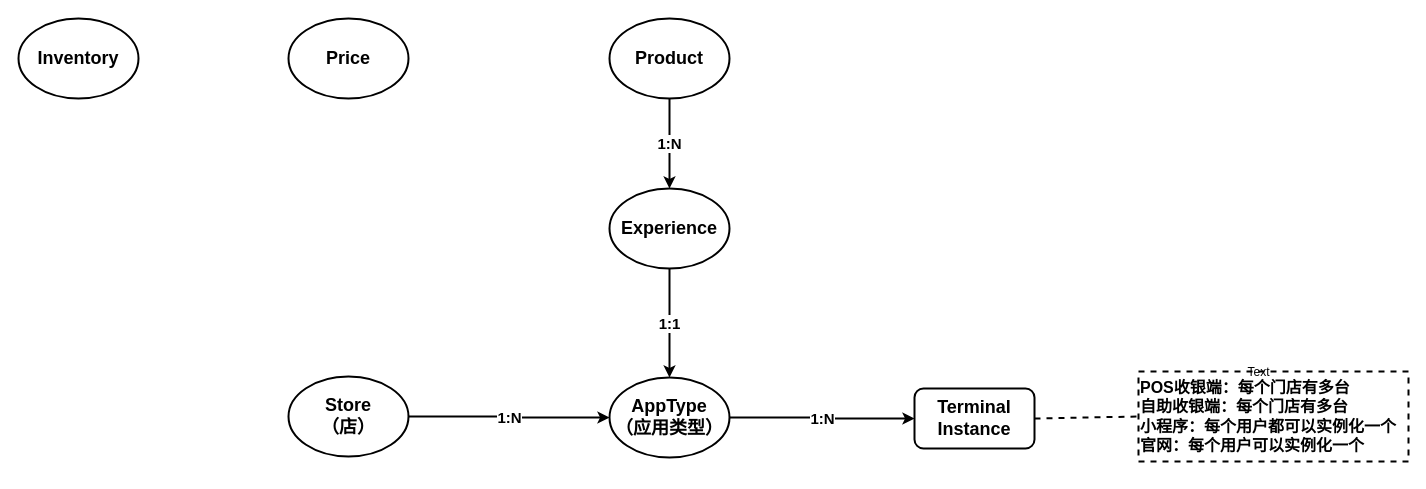
Earlier version of the draw.io diagram page "omo-commdity-design" (14 of 15) of authz/Omini-Store.drawio (jackie-thank/beego-authz). Source tidied: cells renumbered, new cells numbered last; positions are measured from the earlier drawing's top-left corner, leaving out a move shared by most shapes. Both pictures are drawn from the tidied source at 100%, with x=0, y=0 at pixel (18, 18).
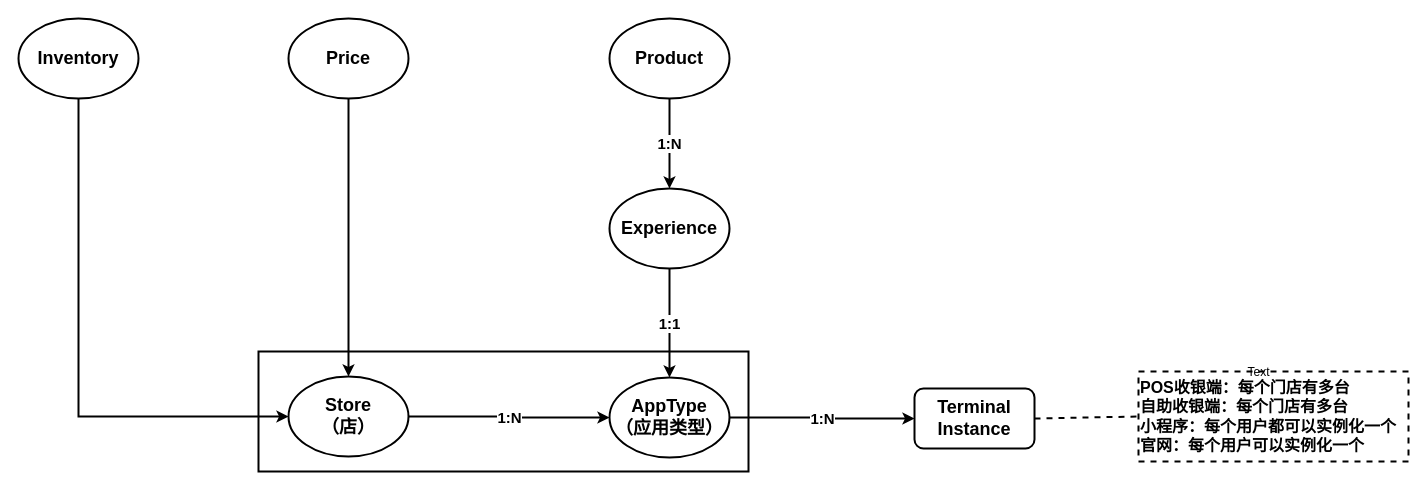
The same diagram, later.

The edit, as a diff of the source:
```diff
@@
 <mxGraphModel>
   <root>
     <mxCell id="0" />
     <mxCell id="1" parent="0" />
+    <mxCell id="16" style="rounded=0;whiteSpace=wrap;html=1;strokeWidth=2;" parent="1" vertex="1">
+      <mxGeometry x="240" y="333" width="490" height="120" as="geometry" />
+    </mxCell>
     <mxCell id="2" value="1:N" style="edgeStyle=orthogonalEdgeStyle;rounded=0;jettySize=auto;html=1;exitX=1;exitY=0.5;exitDx=0;exitDy=0;strokeWidth=2;fontSize=15;fontStyle=1;" parent="1" edge="1" source="3" target="5">
       <mxGeometry relative="1" as="geometry" />
     </mxCell>
     <mxCell id="3" value="&lt;div style=&quot;font-size: 18px;&quot;&gt;Store&lt;/div&gt;&lt;div style=&quot;font-size: 18px;&quot;&gt;（店）&lt;br style=&quot;font-size: 18px;&quot;&gt;&lt;/div&gt;" style="ellipse;whiteSpace=wrap;html=1;strokeWidth=2;fontSize=18;fontStyle=1;" parent="1" vertex="1">
       <mxGeometry x="270" y="358" width="120" height="80" as="geometry" />
     </mxCell>
     <mxCell id="4" value="1:N" style="edgeStyle=orthogonalEdgeStyle;rounded=0;jettySize=auto;html=1;strokeWidth=2;fontSize=15;fontStyle=1;" parent="1" edge="1" source="5" target="11">
       <mxGeometry relative="1" as="geometry" />
     </mxCell>
     <mxCell id="5" value="&lt;div style=&quot;font-size: 18px;&quot;&gt;AppType&lt;/div&gt;&lt;div style=&quot;font-size: 18px;&quot;&gt;（应用类型）&lt;br style=&quot;font-size: 18px;&quot;&gt;&lt;/div&gt;" style="ellipse;whiteSpace=wrap;html=1;strokeWidth=2;fontSize=18;fontStyle=1;" parent="1" vertex="1">
       <mxGeometry x="591" y="359" width="120" height="80" as="geometry" />
     </mxCell>
     <mxCell id="6" value="1:N" style="edgeStyle=orthogonalEdgeStyle;rounded=0;jettySize=auto;html=1;exitX=0.5;exitY=1;exitDx=0;exitDy=0;fontSize=15;fontStyle=1;strokeWidth=2;" parent="1" edge="1" source="7" target="9">
       <mxGeometry relative="1" as="geometry" />
     </mxCell>
     <mxCell id="7" value="Product" style="ellipse;whiteSpace=wrap;html=1;strokeWidth=2;fontSize=18;fontStyle=1;" parent="1" vertex="1">
       <mxGeometry x="591" width="120" height="80" as="geometry" />
     </mxCell>
     <mxCell id="8" value="1:1" style="rounded=0;jettySize=auto;html=1;exitX=0.5;exitY=1;exitDx=0;exitDy=0;entryX=0.5;entryY=0;entryDx=0;entryDy=0;strokeWidth=2;fontSize=15;fontStyle=1;edgeStyle=orthogonalEdgeStyle;" parent="1" edge="1" source="9" target="5">
       <mxGeometry relative="1" as="geometry" />
     </mxCell>
     <mxCell id="9" value="Experience" style="ellipse;whiteSpace=wrap;html=1;strokeWidth=2;fontSize=18;fontStyle=1;" parent="1" vertex="1">
       <mxGeometry x="591" y="170" width="120" height="80" as="geometry" />
     </mxCell>
     <mxCell id="10" style="rounded=0;jettySize=auto;html=1;exitX=1;exitY=0.5;exitDx=0;exitDy=0;entryX=0;entryY=0.5;entryDx=0;entryDy=0;endArrow=none;endFill=0;strokeWidth=2;dashed=1;" parent="1" edge="1" source="11" target="12">
       <mxGeometry relative="1" as="geometry" />
     </mxCell>
     <mxCell id="11" value="&lt;div&gt;Terminal&lt;/div&gt;&lt;div&gt;Instance&lt;br&gt;&lt;/div&gt;" style="rounded=1;whiteSpace=wrap;html=1;fontSize=18;strokeWidth=2;fontStyle=1;" parent="1" vertex="1">
       <mxGeometry x="896" y="370" width="120" height="60" as="geometry" />
     </mxCell>
     <mxCell id="12" value="&lt;div style=&quot;font-size: 16px;&quot;&gt;POS收银端：每个门店有多台&lt;/div&gt;&lt;div style=&quot;font-size: 16px;&quot;&gt;自助收银端：每个门店有多台&lt;/div&gt;&lt;div style=&quot;font-size: 16px;&quot;&gt;小程序：每个用户都可以实例化一个&lt;/div&gt;&lt;div style=&quot;font-size: 16px;&quot;&gt;官网：每个用户可以实例化一个&lt;br style=&quot;font-size: 16px;&quot;&gt;&lt;/div&gt;" style="rounded=0;whiteSpace=wrap;html=1;strokeWidth=2;dashed=1;fontSize=16;fontStyle=1;align=left;" parent="1" vertex="1">
       <mxGeometry x="1120" y="353" width="270" height="90" as="geometry" />
     </mxCell>
+    <mxCell id="17" style="edgeStyle=orthogonalEdgeStyle;rounded=0;jettySize=auto;html=1;exitX=0.5;exitY=1;exitDx=0;exitDy=0;strokeWidth=2;" parent="1" edge="1" source="13" target="3">
+      <mxGeometry relative="1" as="geometry" />
+    </mxCell>
     <mxCell id="13" value="Price" style="ellipse;whiteSpace=wrap;html=1;strokeWidth=2;fontSize=18;fontStyle=1;" parent="1" vertex="1">
       <mxGeometry x="270" width="120" height="80" as="geometry" />
     </mxCell>
+    <mxCell id="18" style="edgeStyle=orthogonalEdgeStyle;rounded=0;jettySize=auto;html=1;exitX=0.5;exitY=1;exitDx=0;exitDy=0;entryX=0;entryY=0.5;entryDx=0;entryDy=0;strokeWidth=2;" parent="1" edge="1" source="14" target="3">
+      <mxGeometry relative="1" as="geometry" />
+    </mxCell>
     <mxCell id="14" value="Inventory" style="ellipse;whiteSpace=wrap;html=1;strokeWidth=2;fontSize=18;fontStyle=1;" parent="1" vertex="1">
       <mxGeometry width="120" height="80" as="geometry" />
     </mxCell>
     <mxCell id="15" value="Text" style="text;html=1;align=center;verticalAlign=middle;strokeColor=none;fillColor=none;" parent="1" vertex="1">
       <mxGeometry x="1215" y="339" width="50" height="30" as="geometry" />
     </mxCell>
   </root>
 </mxGraphModel>
```
